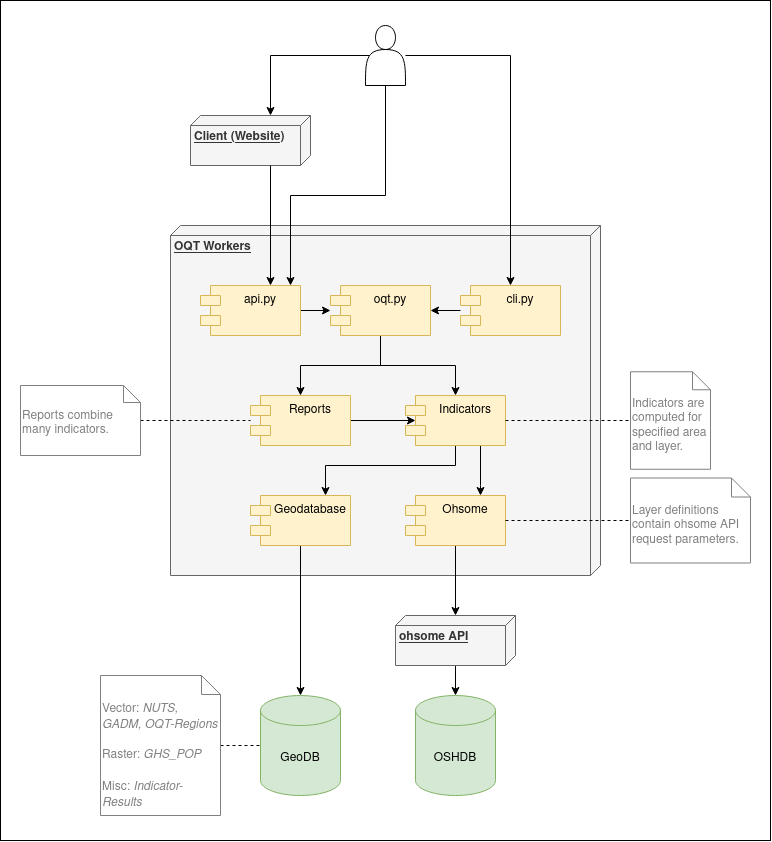
This is docs/img/UML-Component-Diagram.png from GIScience/ohsome-quality-api, a draw.io export, as it was before one commit. Source tidied: cells renumbered, new cells last; positions are measured from the earlier drawing's top-left corner, leaving out a move shared by most shapes.
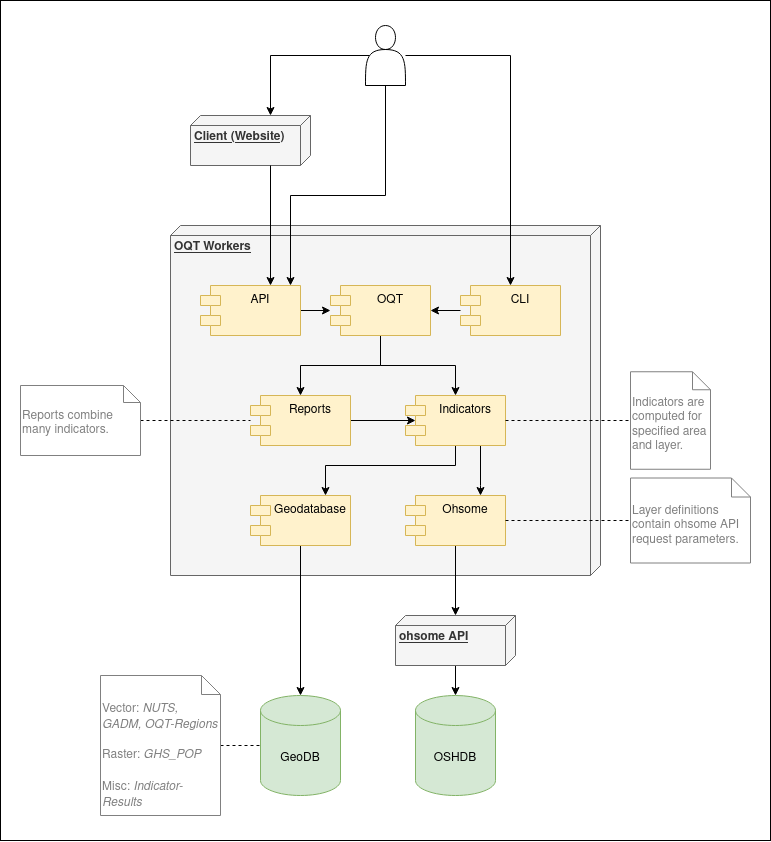
The same diagram one commit later.

Commit message:
Capitalize python module names in UML diagram

Diff of the diagram source:
```diff
@@ -11,7 +11,7 @@
     <mxCell id="4" style="edgeStyle=orthogonalEdgeStyle;rounded=0;jettySize=auto;html=1;" parent="1" edge="1" source="5" target="8">
       <mxGeometry relative="1" as="geometry" />
     </mxCell>
-    <mxCell id="5" value="api.py" style="shape=module;align=left;spacingLeft=20;align=center;verticalAlign=top;fillColor=#fff2cc;strokeColor=#d6b656;" parent="1" vertex="1">
+    <mxCell id="5" value="API" style="shape=module;align=left;spacingLeft=20;align=center;verticalAlign=top;fillColor=#fff2cc;strokeColor=#d6b656;" parent="1" vertex="1">
       <mxGeometry x="200" y="285" width="100" height="50" as="geometry" />
     </mxCell>
     <mxCell id="6" style="edgeStyle=orthogonalEdgeStyle;rounded=0;jettySize=auto;html=1;exitX=0.5;exitY=1;exitDx=0;exitDy=0;entryX=0.5;entryY=0;entryDx=0;entryDy=0;" parent="1" edge="1" source="8" target="12">
@@ -20,13 +20,13 @@
     <mxCell id="7" style="edgeStyle=orthogonalEdgeStyle;rounded=0;jettySize=auto;html=1;exitX=0.5;exitY=1;exitDx=0;exitDy=0;" parent="1" edge="1" source="8" target="15">
       <mxGeometry relative="1" as="geometry" />
     </mxCell>
-    <mxCell id="8" value="oqt.py" style="shape=module;align=left;spacingLeft=20;align=center;verticalAlign=top;fillColor=#fff2cc;strokeColor=#d6b656;" parent="1" vertex="1">
+    <mxCell id="8" value="OQT" style="shape=module;align=left;spacingLeft=20;align=center;verticalAlign=top;fillColor=#fff2cc;strokeColor=#d6b656;" parent="1" vertex="1">
       <mxGeometry x="330" y="285" width="100" height="50" as="geometry" />
     </mxCell>
     <mxCell id="9" style="edgeStyle=orthogonalEdgeStyle;rounded=0;jettySize=auto;html=1;entryX=1;entryY=0.5;entryDx=0;entryDy=0;" parent="1" edge="1" source="10" target="8">
       <mxGeometry relative="1" as="geometry" />
     </mxCell>
-    <mxCell id="10" value="cli.py" style="shape=module;align=left;spacingLeft=20;align=center;verticalAlign=top;fillColor=#fff2cc;strokeColor=#d6b656;" parent="1" vertex="1">
+    <mxCell id="10" value="CLI" style="shape=module;align=left;spacingLeft=20;align=center;verticalAlign=top;fillColor=#fff2cc;strokeColor=#d6b656;" parent="1" vertex="1">
       <mxGeometry x="460" y="285" width="100" height="50" as="geometry" />
     </mxCell>
     <mxCell id="11" style="edgeStyle=orthogonalEdgeStyle;rounded=0;jettySize=auto;html=1;entryX=0.1;entryY=0.5;entryDx=0;entryDy=0;entryPerimeter=0;" parent="1" edge="1" source="12" target="15">
```
